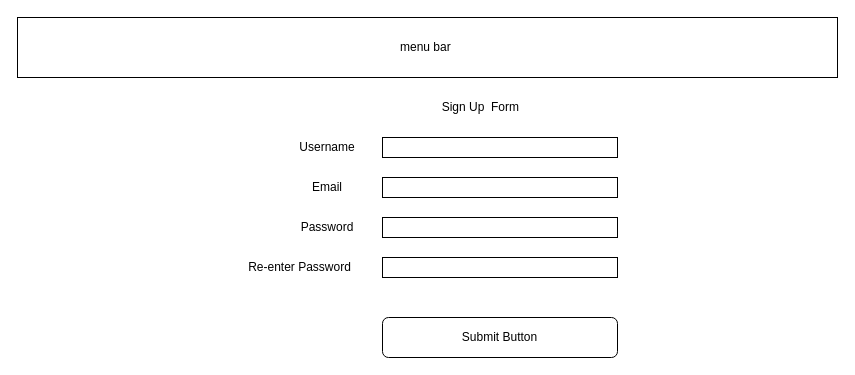
nwankwoGIT/nwankwoGITRepo keeps this draw.io diagram as BusinessSiteExample/WireFrames/RegistrationPage.drawio. Above is the earlier version. Source tidied: cells renumbered, new cells numbered last; positions are measured from the earlier drawing's top-left corner, leaving out a move shared by most shapes. Both pictures are drawn from the tidied source at 100%, with x=0, y=0 at pixel (17, 17).
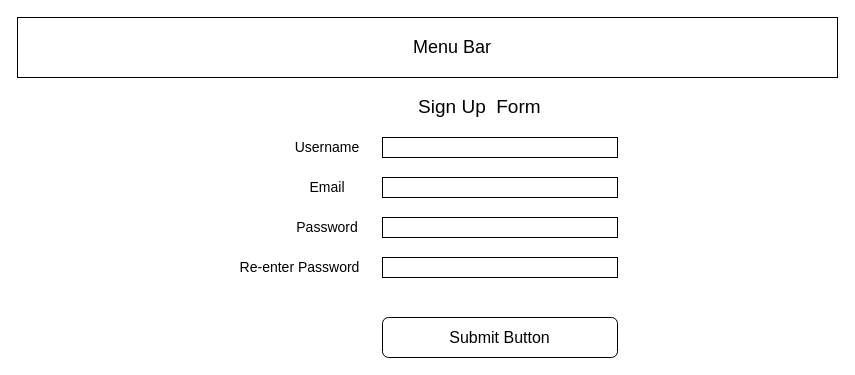
The same diagram, later.

Change to the diagram source:
```diff
@@
 <mxGraphModel>
   <root>
     <mxCell id="0" />
     <mxCell id="1" parent="0" />
-    <mxCell id="2" value="menu bar&amp;nbsp;" style="rounded=0;whiteSpace=wrap;html=1;" parent="1" vertex="1">
+    <mxCell id="2" value="&lt;font style=&quot;font-size: 18px&quot;&gt;&amp;nbsp; &amp;nbsp; &amp;nbsp; &amp;nbsp; &amp;nbsp; Menu Bar&lt;/font&gt;" style="rounded=0;whiteSpace=wrap;html=1;" parent="1" vertex="1">
       <mxGeometry width="820" height="60" as="geometry" />
     </mxCell>
-    <mxCell id="3" value="Sign Up&amp;nbsp; Form&amp;nbsp;" style="text;html=1;strokeColor=none;fillColor=none;align=center;verticalAlign=middle;whiteSpace=wrap;rounded=0;" parent="1" vertex="1">
+    <mxCell id="3" value="&lt;font style=&quot;font-size: 19px&quot;&gt;Sign Up&amp;nbsp; Form&amp;nbsp;&lt;/font&gt;" style="text;html=1;strokeColor=none;fillColor=none;align=center;verticalAlign=middle;whiteSpace=wrap;rounded=0;" parent="1" vertex="1">
       <mxGeometry x="270" y="80" width="390" height="20" as="geometry" />
     </mxCell>
-    <mxCell id="4" value="Username" style="text;html=1;strokeColor=none;fillColor=none;align=center;verticalAlign=middle;whiteSpace=wrap;rounded=0;" parent="1" vertex="1">
+    <mxCell id="4" value="&lt;font style=&quot;font-size: 14px&quot;&gt;Username&lt;/font&gt;" style="text;html=1;strokeColor=none;fillColor=none;align=center;verticalAlign=middle;whiteSpace=wrap;rounded=0;" parent="1" vertex="1">
       <mxGeometry x="290" y="120" width="40" height="20" as="geometry" />
     </mxCell>
     <mxCell id="5" style="rounded=0;whiteSpace=wrap;html=1;" parent="1" vertex="1">
       <mxGeometry x="365" y="120" width="235" height="20" as="geometry" />
     </mxCell>
-    <mxCell id="6" value="Password" style="text;html=1;strokeColor=none;fillColor=none;align=center;verticalAlign=middle;whiteSpace=wrap;rounded=0;" parent="1" vertex="1">
+    <mxCell id="6" value="&lt;font style=&quot;font-size: 14px&quot;&gt;Password&lt;/font&gt;" style="text;html=1;strokeColor=none;fillColor=none;align=center;verticalAlign=middle;whiteSpace=wrap;rounded=0;" parent="1" vertex="1">
       <mxGeometry x="280" y="200" width="60" height="20" as="geometry" />
     </mxCell>
     <mxCell id="7" style="rounded=0;whiteSpace=wrap;html=1;" parent="1" vertex="1">
       <mxGeometry x="365" y="200" width="235" height="20" as="geometry" />
     </mxCell>
-    <mxCell id="8" value="Submit Button" style="rounded=1;whiteSpace=wrap;html=1;" parent="1" vertex="1">
+    <mxCell id="8" value="&lt;font style=&quot;font-size: 16px&quot;&gt;Submit Button&lt;/font&gt;" style="rounded=1;whiteSpace=wrap;html=1;" parent="1" vertex="1">
       <mxGeometry x="365" y="300" width="235" height="40" as="geometry" />
     </mxCell>
-    <mxCell id="9" value="Re-enter Password" style="text;html=1;strokeColor=none;fillColor=none;align=center;verticalAlign=middle;whiteSpace=wrap;rounded=0;" parent="1" vertex="1">
+    <mxCell id="9" value="&lt;font style=&quot;font-size: 14px&quot;&gt;Re-enter Password&lt;/font&gt;" style="text;html=1;strokeColor=none;fillColor=none;align=center;verticalAlign=middle;whiteSpace=wrap;rounded=0;" parent="1" vertex="1">
       <mxGeometry x="210" y="240" width="145" height="20" as="geometry" />
     </mxCell>
     <mxCell id="10" style="rounded=0;whiteSpace=wrap;html=1;" parent="1" vertex="1">
       <mxGeometry x="365" y="240" width="235" height="20" as="geometry" />
     </mxCell>
-    <mxCell id="11" value="Email" style="text;html=1;strokeColor=none;fillColor=none;align=center;verticalAlign=middle;whiteSpace=wrap;rounded=0;" parent="1" vertex="1">
+    <mxCell id="11" value="&lt;font style=&quot;font-size: 14px&quot;&gt;Email&lt;/font&gt;" style="text;html=1;strokeColor=none;fillColor=none;align=center;verticalAlign=middle;whiteSpace=wrap;rounded=0;" parent="1" vertex="1">
       <mxGeometry x="280" y="160" width="60" height="20" as="geometry" />
     </mxCell>
     <mxCell id="12" style="rounded=0;whiteSpace=wrap;html=1;" parent="1" vertex="1">
       <mxGeometry x="365" y="160" width="235" height="20" as="geometry" />
     </mxCell>
   </root>
 </mxGraphModel>
```
